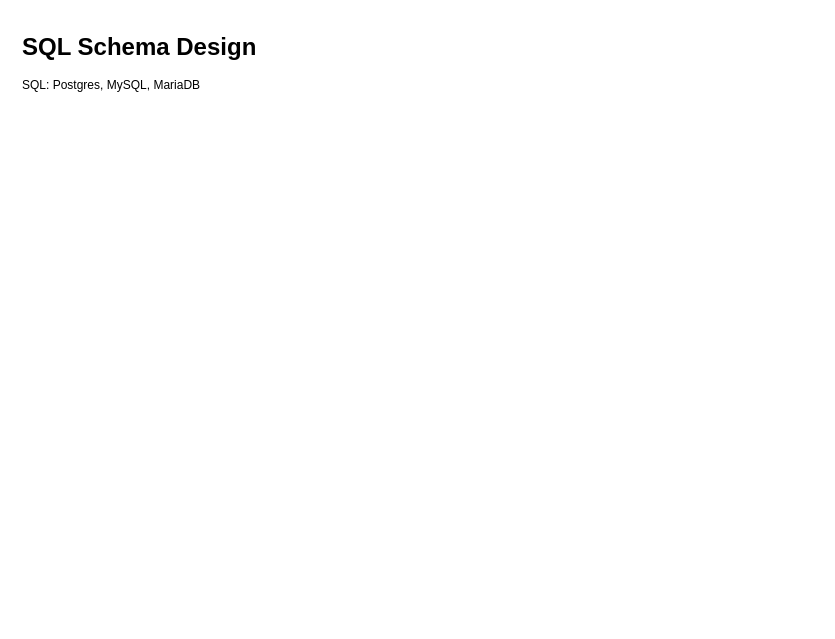
teamspear/ProductsAPI keeps this draw.io diagram as SDC_SQLSchema.drawio. Above is the earlier version. Source tidied: cells renumbered, new cells numbered last; positions are measured from the earlier drawing's top-left corner, leaving out a move shared by most shapes. Both pictures are drawn from the tidied source at 100%, with x=0, y=0 at pixel (17, 27).
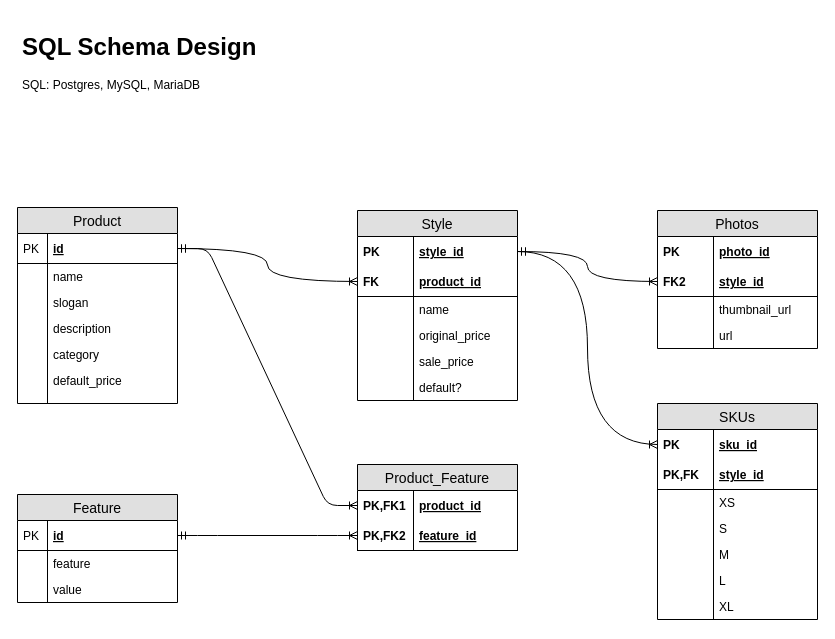
The same page after the edit.

Commit message:
ERD for products

What changed in the source:
```diff
@@
+    <mxCell id="3" value="Product" style="swimlane;fontStyle=0;horizontal=1;startSize=26;fillColor=#e0e0e0;swimlaneFillColor=#ffffff;align=center;fontSize=14;" parent="1" vertex="1">
+      <mxGeometry y="180" width="160" height="196" as="geometry" />
+    </mxCell>
+    <mxCell id="4" value="id" style="shape=partialRectangle;top=0;left=0;right=0;bottom=1;align=left;verticalAlign=middle;fillColor=none;spacingLeft=34;spacingRight=4;overflow=hidden;points=[[0,0.5],[1,0.5]];portConstraint=eastwest;fontStyle=5;fontSize=12;" parent="3" vertex="1">
+      <mxGeometry y="26" width="160" height="30" as="geometry" />
+    </mxCell>
+    <mxCell id="5" value="PK" style="shape=partialRectangle;top=0;left=0;bottom=0;fillColor=none;align=left;verticalAlign=middle;spacingLeft=4;spacingRight=4;overflow=hidden;fontSize=12;" parent="4" vertex="1">
+      <mxGeometry width="30" height="30" as="geometry" />
+    </mxCell>
+    <mxCell id="6" value="name" style="shape=partialRectangle;top=0;left=0;right=0;bottom=0;align=left;verticalAlign=top;fillColor=none;spacingLeft=34;spacingRight=4;overflow=hidden;fontSize=12;" parent="3" vertex="1">
+      <mxGeometry y="56" width="160" height="26" as="geometry" />
+    </mxCell>
+    <mxCell id="7" style="shape=partialRectangle;top=0;left=0;bottom=0;fillColor=none;align=left;verticalAlign=top;spacingLeft=4;spacingRight=4;overflow=hidden;fontSize=12;" parent="6" vertex="1">
+      <mxGeometry width="30" height="26" as="geometry" />
+    </mxCell>
+    <mxCell id="8" value="slogan" style="shape=partialRectangle;top=0;left=0;right=0;bottom=0;align=left;verticalAlign=top;fillColor=none;spacingLeft=34;spacingRight=4;overflow=hidden;fontSize=12;" parent="3" vertex="1">
+      <mxGeometry y="82" width="160" height="26" as="geometry" />
+    </mxCell>
+    <mxCell id="9" style="shape=partialRectangle;top=0;left=0;bottom=0;fillColor=none;align=left;verticalAlign=top;spacingLeft=4;spacingRight=4;overflow=hidden;fontSize=12;" parent="8" vertex="1">
+      <mxGeometry width="30" height="26" as="geometry" />
+    </mxCell>
+    <mxCell id="10" value="description" style="shape=partialRectangle;top=0;left=0;right=0;bottom=0;align=left;verticalAlign=top;fillColor=none;spacingLeft=34;spacingRight=4;overflow=hidden;fontSize=12;" parent="3" vertex="1">
+      <mxGeometry y="108" width="160" height="26" as="geometry" />
+    </mxCell>
+    <mxCell id="11" style="shape=partialRectangle;top=0;left=0;bottom=0;fillColor=none;align=left;verticalAlign=top;spacingLeft=4;spacingRight=4;overflow=hidden;fontSize=12;" parent="10" vertex="1">
+      <mxGeometry width="30" height="26" as="geometry" />
+    </mxCell>
+    <mxCell id="12" value="category" style="shape=partialRectangle;top=0;left=0;right=0;bottom=0;align=left;verticalAlign=top;fillColor=none;spacingLeft=34;spacingRight=4;overflow=hidden;fontSize=12;" parent="3" vertex="1">
+      <mxGeometry y="134" width="160" height="26" as="geometry" />
+    </mxCell>
+    <mxCell id="13" style="shape=partialRectangle;top=0;left=0;bottom=0;fillColor=none;align=left;verticalAlign=top;spacingLeft=4;spacingRight=4;overflow=hidden;fontSize=12;" parent="12" vertex="1">
+      <mxGeometry width="30" height="26" as="geometry" />
+    </mxCell>
+    <mxCell id="14" value="default_price" style="shape=partialRectangle;top=0;left=0;right=0;bottom=0;align=left;verticalAlign=top;fillColor=none;spacingLeft=34;spacingRight=4;overflow=hidden;fontSize=12;" parent="3" vertex="1">
+      <mxGeometry y="160" width="160" height="26" as="geometry" />
+    </mxCell>
+    <mxCell id="15" style="shape=partialRectangle;top=0;left=0;bottom=0;fillColor=none;align=left;verticalAlign=top;spacingLeft=4;spacingRight=4;overflow=hidden;fontSize=12;" parent="14" vertex="1">
+      <mxGeometry width="30" height="26" as="geometry" />
+    </mxCell>
+    <mxCell id="16" style="shape=partialRectangle;top=0;left=0;right=0;bottom=0;align=left;verticalAlign=top;fillColor=none;spacingLeft=34;spacingRight=4;overflow=hidden;fontSize=12;" parent="3" vertex="1">
+      <mxGeometry y="186" width="160" height="10" as="geometry" />
+    </mxCell>
+    <mxCell id="17" style="shape=partialRectangle;top=0;left=0;bottom=0;fillColor=none;align=left;verticalAlign=top;spacingLeft=4;spacingRight=4;overflow=hidden;fontSize=12;" parent="16" vertex="1">
+      <mxGeometry width="30" height="10" as="geometry" />
+    </mxCell>
+    <mxCell id="18" value="Product_Feature" style="swimlane;fontStyle=0;horizontal=1;startSize=26;fillColor=#e0e0e0;swimlaneFillColor=#ffffff;align=center;fontSize=14;" parent="1" vertex="1">
+      <mxGeometry x="340" y="437" width="160" height="86" as="geometry" />
+    </mxCell>
+    <mxCell id="19" value="product_id" style="shape=partialRectangle;top=0;left=0;right=0;bottom=0;align=left;verticalAlign=middle;fillColor=none;spacingLeft=60;spacingRight=4;overflow=hidden;points=[[0,0.5],[1,0.5]];portConstraint=eastwest;fontStyle=5;fontSize=12;" parent="18" vertex="1">
+      <mxGeometry y="26" width="160" height="30" as="geometry" />
+    </mxCell>
+    <mxCell id="20" value="PK,FK1" style="shape=partialRectangle;fontStyle=1;top=0;left=0;bottom=0;fillColor=none;align=left;verticalAlign=middle;spacingLeft=4;spacingRight=4;overflow=hidden;fontSize=12;" parent="19" vertex="1">
+      <mxGeometry width="56" height="30" as="geometry" />
+    </mxCell>
+    <mxCell id="21" value="feature_id" style="shape=partialRectangle;top=0;left=0;right=0;bottom=1;align=left;verticalAlign=middle;fillColor=none;spacingLeft=60;spacingRight=4;overflow=hidden;points=[[0,0.5],[1,0.5]];portConstraint=eastwest;fontStyle=5;fontSize=12;" parent="18" vertex="1">
+      <mxGeometry y="56" width="160" height="30" as="geometry" />
+    </mxCell>
+    <mxCell id="22" value="PK,FK2" style="shape=partialRectangle;fontStyle=1;top=0;left=0;bottom=0;fillColor=none;align=left;verticalAlign=middle;spacingLeft=4;spacingRight=4;overflow=hidden;fontSize=12;" parent="21" vertex="1">
+      <mxGeometry width="56" height="30" as="geometry" />
+    </mxCell>
+    <mxCell id="23" value="Feature" style="swimlane;fontStyle=0;horizontal=1;startSize=26;fillColor=#e0e0e0;swimlaneFillColor=#ffffff;align=center;fontSize=14;" parent="1" vertex="1">
+      <mxGeometry y="467" width="160" height="108" as="geometry" />
+    </mxCell>
+    <mxCell id="24" value="id" style="shape=partialRectangle;top=0;left=0;right=0;bottom=1;align=left;verticalAlign=middle;fillColor=none;spacingLeft=34;spacingRight=4;overflow=hidden;points=[[0,0.5],[1,0.5]];portConstraint=eastwest;fontStyle=5;fontSize=12;" parent="23" vertex="1">
+      <mxGeometry y="26" width="160" height="30" as="geometry" />
+    </mxCell>
+    <mxCell id="25" value="PK" style="shape=partialRectangle;top=0;left=0;bottom=0;fillColor=none;align=left;verticalAlign=middle;spacingLeft=4;spacingRight=4;overflow=hidden;fontSize=12;" parent="24" vertex="1">
+      <mxGeometry width="30" height="30" as="geometry" />
+    </mxCell>
+    <mxCell id="26" value="feature" style="shape=partialRectangle;top=0;left=0;right=0;bottom=0;align=left;verticalAlign=top;fillColor=none;spacingLeft=34;spacingRight=4;overflow=hidden;fontSize=12;" parent="23" vertex="1">
+      <mxGeometry y="56" width="160" height="26" as="geometry" />
+    </mxCell>
+    <mxCell id="27" style="shape=partialRectangle;top=0;left=0;bottom=0;fillColor=none;align=left;verticalAlign=top;spacingLeft=4;spacingRight=4;overflow=hidden;fontSize=12;" parent="26" vertex="1">
+      <mxGeometry width="30" height="26" as="geometry" />
+    </mxCell>
+    <mxCell id="28" value="value" style="shape=partialRectangle;top=0;left=0;right=0;bottom=0;align=left;verticalAlign=top;fillColor=none;spacingLeft=34;spacingRight=4;overflow=hidden;fontSize=12;" parent="23" vertex="1">
+      <mxGeometry y="82" width="160" height="26" as="geometry" />
+    </mxCell>
+    <mxCell id="29" style="shape=partialRectangle;top=0;left=0;bottom=0;fillColor=none;align=left;verticalAlign=top;spacingLeft=4;spacingRight=4;overflow=hidden;fontSize=12;" parent="28" vertex="1">
+      <mxGeometry width="30" height="26" as="geometry" />
+    </mxCell>
+    <mxCell id="30" style="edgeStyle=entityRelationEdgeStyle;fontSize=12;html=1;endArrow=ERoneToMany;startArrow=ERmandOne;entryX=0;entryY=0.5;entryDx=0;entryDy=0;exitX=1;exitY=0.5;exitDx=0;exitDy=0;" parent="1" edge="1" source="4" target="19">
+      <mxGeometry relative="1" as="geometry" />
+    </mxCell>
+    <mxCell id="31" style="edgeStyle=entityRelationEdgeStyle;fontSize=12;html=1;endArrow=ERoneToMany;startArrow=ERmandOne;entryX=0;entryY=0.5;entryDx=0;entryDy=0;exitX=1;exitY=0.5;exitDx=0;exitDy=0;" parent="1" edge="1" source="24" target="21">
+      <mxGeometry relative="1" as="geometry" />
+    </mxCell>
+    <mxCell id="32" value="Style" style="swimlane;fontStyle=0;horizontal=1;startSize=26;fillColor=#e0e0e0;swimlaneFillColor=#ffffff;align=center;fontSize=14;" parent="1" vertex="1">
+      <mxGeometry x="340" y="183" width="160" height="190" as="geometry" />
+    </mxCell>
+    <mxCell id="33" value="style_id" style="shape=partialRectangle;top=0;left=0;right=0;bottom=0;align=left;verticalAlign=middle;fillColor=none;spacingLeft=60;spacingRight=4;overflow=hidden;points=[[0,0.5],[1,0.5]];portConstraint=eastwest;fontStyle=5;fontSize=12;" parent="32" vertex="1">
+      <mxGeometry y="26" width="160" height="30" as="geometry" />
+    </mxCell>
+    <mxCell id="34" value="PK" style="shape=partialRectangle;fontStyle=1;top=0;left=0;bottom=0;fillColor=none;align=left;verticalAlign=middle;spacingLeft=4;spacingRight=4;overflow=hidden;fontSize=12;" parent="33" vertex="1">
+      <mxGeometry width="56" height="30" as="geometry" />
+    </mxCell>
+    <mxCell id="35" value="product_id" style="shape=partialRectangle;top=0;left=0;right=0;bottom=1;align=left;verticalAlign=middle;fillColor=none;spacingLeft=60;spacingRight=4;overflow=hidden;points=[[0,0.5],[1,0.5]];portConstraint=eastwest;fontStyle=5;fontSize=12;" parent="32" vertex="1">
+      <mxGeometry y="56" width="160" height="30" as="geometry" />
+    </mxCell>
+    <mxCell id="36" value="FK" style="shape=partialRectangle;fontStyle=1;top=0;left=0;bottom=0;fillColor=none;align=left;verticalAlign=middle;spacingLeft=4;spacingRight=4;overflow=hidden;fontSize=12;" parent="35" vertex="1">
+      <mxGeometry width="56" height="30" as="geometry" />
+    </mxCell>
+    <mxCell id="37" value="name" style="shape=partialRectangle;top=0;left=0;right=0;bottom=0;align=left;verticalAlign=top;fillColor=none;spacingLeft=60;spacingRight=4;overflow=hidden;fontSize=12;" parent="32" vertex="1">
+      <mxGeometry y="86" width="160" height="26" as="geometry" />
+    </mxCell>
+    <mxCell id="38" style="shape=partialRectangle;top=0;left=0;bottom=0;fillColor=none;align=left;verticalAlign=top;spacingLeft=4;spacingRight=4;overflow=hidden;fontSize=12;" parent="37" vertex="1">
+      <mxGeometry width="56" height="26" as="geometry" />
+    </mxCell>
+    <mxCell id="39" value="original_price" style="shape=partialRectangle;top=0;left=0;right=0;bottom=0;align=left;verticalAlign=top;fillColor=none;spacingLeft=60;spacingRight=4;overflow=hidden;fontSize=12;" parent="32" vertex="1">
+      <mxGeometry y="112" width="160" height="26" as="geometry" />
+    </mxCell>
+    <mxCell id="40" style="shape=partialRectangle;top=0;left=0;bottom=0;fillColor=none;align=left;verticalAlign=top;spacingLeft=4;spacingRight=4;overflow=hidden;fontSize=12;" parent="39" vertex="1">
+      <mxGeometry width="56" height="26" as="geometry" />
+    </mxCell>
+    <mxCell id="41" value="sale_price" style="shape=partialRectangle;top=0;left=0;right=0;bottom=0;align=left;verticalAlign=top;fillColor=none;spacingLeft=60;spacingRight=4;overflow=hidden;fontSize=12;" parent="32" vertex="1">
+      <mxGeometry y="138" width="160" height="26" as="geometry" />
+    </mxCell>
+    <mxCell id="42" style="shape=partialRectangle;top=0;left=0;bottom=0;fillColor=none;align=left;verticalAlign=top;spacingLeft=4;spacingRight=4;overflow=hidden;fontSize=12;" parent="41" vertex="1">
+      <mxGeometry width="56" height="26" as="geometry" />
+    </mxCell>
+    <mxCell id="43" value="default?" style="shape=partialRectangle;top=0;left=0;right=0;bottom=0;align=left;verticalAlign=top;fillColor=none;spacingLeft=60;spacingRight=4;overflow=hidden;fontSize=12;" parent="32" vertex="1">
+      <mxGeometry y="164" width="160" height="26" as="geometry" />
+    </mxCell>
+    <mxCell id="44" style="shape=partialRectangle;top=0;left=0;bottom=0;fillColor=none;align=left;verticalAlign=top;spacingLeft=4;spacingRight=4;overflow=hidden;fontSize=12;" parent="43" vertex="1">
+      <mxGeometry width="56" height="26" as="geometry" />
+    </mxCell>
+    <mxCell id="45" style="edgeStyle=orthogonalEdgeStyle;curved=1;rounded=0;jettySize=auto;html=1;entryX=0;entryY=0.5;entryDx=0;entryDy=0;startArrow=ERmandOne;startFill=0;endArrow=ERoneToMany;endFill=0;" parent="1" edge="1" source="4" target="35">
+      <mxGeometry relative="1" as="geometry" />
+    </mxCell>
+    <mxCell id="46" style="edgeStyle=orthogonalEdgeStyle;curved=1;rounded=0;jettySize=auto;html=1;startArrow=ERmandOne;startFill=0;endArrow=ERoneToMany;endFill=0;entryX=0;entryY=0.5;entryDx=0;entryDy=0;" parent="1" edge="1" source="33" target="50">
+      <mxGeometry relative="1" as="geometry" />
+    </mxCell>
+    <mxCell id="47" value="Photos" style="swimlane;fontStyle=0;horizontal=1;startSize=26;fillColor=#e0e0e0;swimlaneFillColor=#ffffff;align=center;fontSize=14;" parent="1" vertex="1">
+      <mxGeometry x="640" y="183" width="160" height="138" as="geometry" />
+    </mxCell>
+    <mxCell id="48" value="photo_id" style="shape=partialRectangle;top=0;left=0;right=0;bottom=0;align=left;verticalAlign=middle;fillColor=none;spacingLeft=60;spacingRight=4;overflow=hidden;fontStyle=5;fontSize=12;" parent="47" vertex="1">
+      <mxGeometry y="26" width="160" height="30" as="geometry" />
+    </mxCell>
+    <mxCell id="49" value="PK" style="shape=partialRectangle;fontStyle=1;top=0;left=0;bottom=0;fillColor=none;align=left;verticalAlign=middle;spacingLeft=4;spacingRight=4;overflow=hidden;fontSize=12;" parent="48" vertex="1">
+      <mxGeometry width="56" height="30" as="geometry" />
+    </mxCell>
+    <mxCell id="50" value="style_id" style="shape=partialRectangle;top=0;left=0;right=0;bottom=1;align=left;verticalAlign=middle;fillColor=none;spacingLeft=60;spacingRight=4;overflow=hidden;points=[[0,0.5],[1,0.5]];portConstraint=eastwest;fontStyle=5;fontSize=12;" parent="47" vertex="1">
+      <mxGeometry y="56" width="160" height="30" as="geometry" />
+    </mxCell>
+    <mxCell id="51" value="FK2" style="shape=partialRectangle;fontStyle=1;top=0;left=0;bottom=0;fillColor=none;align=left;verticalAlign=middle;spacingLeft=4;spacingRight=4;overflow=hidden;fontSize=12;" parent="50" vertex="1">
+      <mxGeometry width="56" height="30" as="geometry" />
+    </mxCell>
+    <mxCell id="52" value="thumbnail_url" style="shape=partialRectangle;top=0;left=0;right=0;bottom=0;align=left;verticalAlign=top;fillColor=none;spacingLeft=60;spacingRight=4;overflow=hidden;fontSize=12;" parent="47" vertex="1">
+      <mxGeometry y="86" width="160" height="26" as="geometry" />
+    </mxCell>
+    <mxCell id="53" style="shape=partialRectangle;top=0;left=0;bottom=0;fillColor=none;align=left;verticalAlign=top;spacingLeft=4;spacingRight=4;overflow=hidden;fontSize=12;" parent="52" vertex="1">
+      <mxGeometry width="56" height="26" as="geometry" />
+    </mxCell>
+    <mxCell id="54" value="url" style="shape=partialRectangle;top=0;left=0;right=0;bottom=0;align=left;verticalAlign=top;fillColor=none;spacingLeft=60;spacingRight=4;overflow=hidden;fontSize=12;" parent="47" vertex="1">
+      <mxGeometry y="112" width="160" height="26" as="geometry" />
+    </mxCell>
+    <mxCell id="55" style="shape=partialRectangle;top=0;left=0;bottom=0;fillColor=none;align=left;verticalAlign=top;spacingLeft=4;spacingRight=4;overflow=hidden;fontSize=12;" parent="54" vertex="1">
+      <mxGeometry width="56" height="26" as="geometry" />
+    </mxCell>
+    <mxCell id="56" style="edgeStyle=orthogonalEdgeStyle;curved=1;rounded=0;jettySize=auto;html=1;startArrow=ERmandOne;startFill=0;endArrow=ERoneToMany;endFill=0;entryX=0;entryY=0.5;entryDx=0;entryDy=0;" parent="1" edge="1" source="33" target="58">
+      <mxGeometry relative="1" as="geometry" />
+    </mxCell>
+    <mxCell id="57" value="SKUs" style="swimlane;fontStyle=0;horizontal=1;startSize=26;fillColor=#e0e0e0;swimlaneFillColor=#ffffff;align=center;fontSize=14;" parent="1" vertex="1">
+      <mxGeometry x="640" y="376" width="160" height="216" as="geometry" />
+    </mxCell>
+    <mxCell id="58" value="sku_id" style="shape=partialRectangle;top=0;left=0;right=0;bottom=0;align=left;verticalAlign=middle;fillColor=none;spacingLeft=60;spacingRight=4;overflow=hidden;points=[[0,0.5],[1,0.5]];portConstraint=eastwest;fontStyle=5;fontSize=12;" parent="57" vertex="1">
+      <mxGeometry y="26" width="160" height="30" as="geometry" />
+    </mxCell>
+    <mxCell id="59" value="PK" style="shape=partialRectangle;fontStyle=1;top=0;left=0;bottom=0;fillColor=none;align=left;verticalAlign=middle;spacingLeft=4;spacingRight=4;overflow=hidden;fontSize=12;" parent="58" vertex="1">
+      <mxGeometry width="56" height="30" as="geometry" />
+    </mxCell>
+    <mxCell id="60" value="style_id" style="shape=partialRectangle;top=0;left=0;right=0;bottom=1;align=left;verticalAlign=middle;fillColor=none;spacingLeft=60;spacingRight=4;overflow=hidden;fontStyle=5;fontSize=12;" parent="57" vertex="1">
+      <mxGeometry y="56" width="160" height="30" as="geometry" />
+    </mxCell>
+    <mxCell id="61" value="PK,FK" style="shape=partialRectangle;fontStyle=1;top=0;left=0;bottom=0;fillColor=none;align=left;verticalAlign=middle;spacingLeft=4;spacingRight=4;overflow=hidden;fontSize=12;" parent="60" vertex="1">
+      <mxGeometry width="56" height="30" as="geometry" />
+    </mxCell>
+    <mxCell id="62" value="XS" style="shape=partialRectangle;top=0;left=0;right=0;bottom=0;align=left;verticalAlign=top;fillColor=none;spacingLeft=60;spacingRight=4;overflow=hidden;fontSize=12;" parent="57" vertex="1">
+      <mxGeometry y="86" width="160" height="26" as="geometry" />
+    </mxCell>
+    <mxCell id="63" style="shape=partialRectangle;top=0;left=0;bottom=0;fillColor=none;align=left;verticalAlign=top;spacingLeft=4;spacingRight=4;overflow=hidden;fontSize=12;" parent="62" vertex="1">
+      <mxGeometry width="56" height="26" as="geometry" />
+    </mxCell>
+    <mxCell id="64" value="S" style="shape=partialRectangle;top=0;left=0;right=0;bottom=0;align=left;verticalAlign=top;fillColor=none;spacingLeft=60;spacingRight=4;overflow=hidden;fontSize=12;" parent="57" vertex="1">
+      <mxGeometry y="112" width="160" height="26" as="geometry" />
+    </mxCell>
+    <mxCell id="65" style="shape=partialRectangle;top=0;left=0;bottom=0;fillColor=none;align=left;verticalAlign=top;spacingLeft=4;spacingRight=4;overflow=hidden;fontSize=12;" parent="64" vertex="1">
+      <mxGeometry width="56" height="26" as="geometry" />
+    </mxCell>
+    <mxCell id="66" value="M" style="shape=partialRectangle;top=0;left=0;right=0;bottom=0;align=left;verticalAlign=top;fillColor=none;spacingLeft=60;spacingRight=4;overflow=hidden;fontSize=12;" parent="57" vertex="1">
+      <mxGeometry y="138" width="160" height="26" as="geometry" />
+    </mxCell>
+    <mxCell id="67" style="shape=partialRectangle;top=0;left=0;bottom=0;fillColor=none;align=left;verticalAlign=top;spacingLeft=4;spacingRight=4;overflow=hidden;fontSize=12;" parent="66" vertex="1">
+      <mxGeometry width="56" height="26" as="geometry" />
+    </mxCell>
+    <mxCell id="68" value="L" style="shape=partialRectangle;top=0;left=0;right=0;bottom=0;align=left;verticalAlign=top;fillColor=none;spacingLeft=60;spacingRight=4;overflow=hidden;fontSize=12;" parent="57" vertex="1">
+      <mxGeometry y="164" width="160" height="26" as="geometry" />
+    </mxCell>
+    <mxCell id="69" style="shape=partialRectangle;top=0;left=0;bottom=0;fillColor=none;align=left;verticalAlign=top;spacingLeft=4;spacingRight=4;overflow=hidden;fontSize=12;" parent="68" vertex="1">
+      <mxGeometry width="56" height="26" as="geometry" />
+    </mxCell>
+    <mxCell id="70" value="XL" style="shape=partialRectangle;top=0;left=0;right=0;bottom=0;align=left;verticalAlign=top;fillColor=none;spacingLeft=60;spacingRight=4;overflow=hidden;fontSize=12;" parent="57" vertex="1">
+      <mxGeometry y="190" width="160" height="26" as="geometry" />
+    </mxCell>
+    <mxCell id="71" style="shape=partialRectangle;top=0;left=0;bottom=0;fillColor=none;align=left;verticalAlign=top;spacingLeft=4;spacingRight=4;overflow=hidden;fontSize=12;" parent="70" vertex="1">
+      <mxGeometry width="56" height="26" as="geometry" />
+    </mxCell>
```
